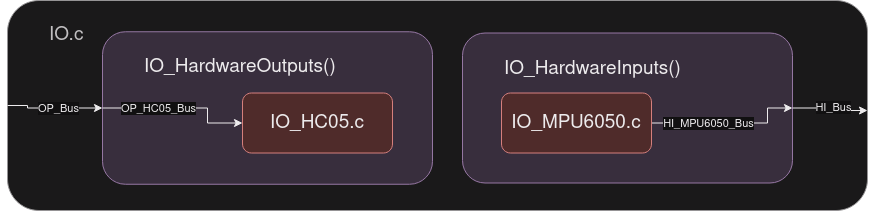
Above: Resources/BlockDiagrams/STM32_Reaction_Wheel_Architecture-IO.drawio.png in austynloehr/stm32_reaction_wheel (draw.io), before the change. Source tidied: cells renumbered, new cells last; positions are measured from the earlier drawing's top-left corner, leaving out a move shared by most shapes.
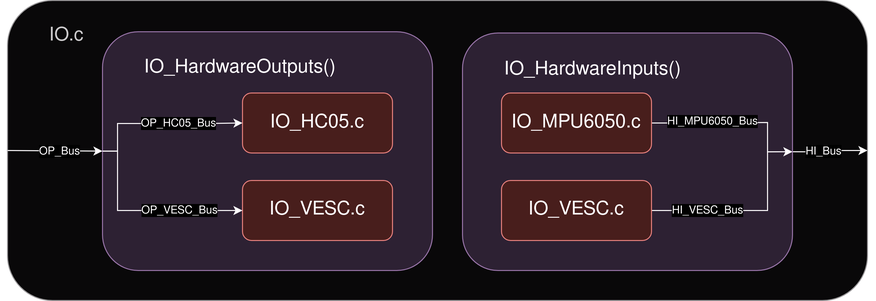
Above is the later version.

The edit, as a diff of the source:
```diff
@@ -3,29 +3,39 @@
     <mxCell id="0" />
     <mxCell id="1" parent="0" />
     <mxCell id="2" value="&lt;blockquote style=&quot;font-size: 18px;&quot;&gt;&lt;font style=&quot;font-size: 19px;&quot;&gt;IO.c&lt;/font&gt;&lt;/blockquote&gt;" style="rounded=1;whiteSpace=wrap;html=1;fillColor=#f5f5f5;strokeColor=#666666;align=left;labelPosition=center;verticalLabelPosition=middle;verticalAlign=top;fontColor=#333333;" parent="1" vertex="1">
-      <mxGeometry width="860" height="210" as="geometry" />
+      <mxGeometry width="860" height="300" as="geometry" />
     </mxCell>
+    <mxCell id="15" style="edgeStyle=orthogonalEdgeStyle;rounded=0;jettySize=auto;html=1;exitX=1;exitY=0.5;exitDx=0;exitDy=0;entryX=1;entryY=0.5;entryDx=0;entryDy=0;" parent="1" edge="1" source="3" target="2">
+      <mxGeometry relative="1" as="geometry">
+        <Array as="points">
+          <mxPoint x="805" y="151" />
+          <mxPoint x="805" y="150" />
+        </Array>
+      </mxGeometry>
+    </mxCell>
+    <mxCell id="14" value="HI_Bus" style="edgeLabel;html=1;align=center;verticalAlign=middle;" parent="15" vertex="1">
+      <mxGeometry x="-0.16" y="-1" relative="1" as="geometry" />
+    </mxCell>
     <mxCell id="3" value="&lt;blockquote&gt;IO_HardwareInputs()&lt;/blockquote&gt;" style="rounded=1;whiteSpace=wrap;html=1;fillColor=#e1d5e7;strokeColor=#9673a6;fontSize=19;align=left;verticalAlign=top;" parent="1" vertex="1">
-      <mxGeometry x="455" y="32.5" width="330" height="150" as="geometry" />
+      <mxGeometry x="455" y="32.5" width="330" height="237.5" as="geometry" />
     </mxCell>
     <mxCell id="4" style="edgeStyle=orthogonalEdgeStyle;rounded=0;jettySize=auto;html=1;exitX=1;exitY=0.5;exitDx=0;exitDy=0;entryX=1;entryY=0.5;entryDx=0;entryDy=0;" parent="1" edge="1" source="6" target="3">
       <mxGeometry relative="1" as="geometry">
         <Array as="points">
-          <mxPoint x="760" y="123" />
-          <mxPoint x="760" y="108" />
+          <mxPoint x="664" y="122" />
+          <mxPoint x="760" y="122" />
+          <mxPoint x="760" y="151" />
         </Array>
       </mxGeometry>
     </mxCell>
     <mxCell id="5" value="HI_MPU6050_Bus" style="edgeLabel;html=1;align=center;verticalAlign=middle;" parent="4" vertex="1">
-      <mxGeometry x="-0.02" relative="1" as="geometry">
-        <mxPoint x="-21" as="offset" />
-      </mxGeometry>
+      <mxGeometry x="-0.28" y="2" relative="1" as="geometry" />
     </mxCell>
     <mxCell id="6" value="IO_MPU6050.c" style="rounded=1;whiteSpace=wrap;html=1;fillColor=#f8cecc;strokeColor=#b85450;fontSize=19;" parent="1" vertex="1">
       <mxGeometry x="494" y="92.5" width="150" height="60" as="geometry" />
     </mxCell>
     <mxCell id="7" value="&lt;blockquote&gt;IO_HardwareOutputs()&lt;/blockquote&gt;" style="rounded=1;whiteSpace=wrap;html=1;fillColor=#e1d5e7;strokeColor=#9673a6;fontSize=19;align=left;verticalAlign=top;" parent="1" vertex="1">
-      <mxGeometry x="95" y="31.2" width="330" height="152.5" as="geometry" />
+      <mxGeometry x="95" y="31.2" width="330" height="238.8" as="geometry" />
     </mxCell>
     <mxCell id="8" value="IO_HC05.c" style="rounded=1;whiteSpace=wrap;html=1;fillColor=#f8cecc;strokeColor=#b85450;fontSize=19;" parent="1" vertex="1">
       <mxGeometry x="235" y="92.5" width="150" height="60" as="geometry" />
@@ -33,8 +43,7 @@
     <mxCell id="9" style="edgeStyle=orthogonalEdgeStyle;rounded=0;jettySize=auto;html=1;exitX=0;exitY=0.5;exitDx=0;exitDy=0;entryX=0;entryY=0.5;entryDx=0;entryDy=0;" parent="1" edge="1" source="2" target="7">
       <mxGeometry relative="1" as="geometry">
         <Array as="points">
-          <mxPoint x="20" y="105" />
-          <mxPoint x="20" y="108" />
+          <mxPoint x="95" y="150" />
         </Array>
       </mxGeometry>
     </mxCell>
@@ -46,29 +55,46 @@
     <mxCell id="11" style="edgeStyle=orthogonalEdgeStyle;rounded=0;jettySize=auto;html=1;exitX=0;exitY=0.5;exitDx=0;exitDy=0;entryX=0;entryY=0.5;entryDx=0;entryDy=0;" parent="1" edge="1" source="7" target="8">
       <mxGeometry relative="1" as="geometry">
         <Array as="points">
-          <mxPoint x="200" y="108" />
+          <mxPoint x="110" y="151" />
+          <mxPoint x="110" y="123" />
           <mxPoint x="200" y="123" />
         </Array>
       </mxGeometry>
     </mxCell>
     <mxCell id="12" value="OP_HC05_Bus" style="edgeLabel;html=1;align=center;verticalAlign=middle;" parent="11" vertex="1">
       <mxGeometry x="-0.08" relative="1" as="geometry">
-        <mxPoint x="-16" as="offset" />
+        <mxPoint x="26" as="offset" />
       </mxGeometry>
     </mxCell>
-    <mxCell id="13" style="edgeStyle=orthogonalEdgeStyle;rounded=0;jettySize=auto;html=1;exitX=1;exitY=0.5;exitDx=0;exitDy=0;" parent="1" edge="1" source="3">
-      <mxGeometry relative="1" as="geometry">
-        <mxPoint x="860" y="110" as="targetPoint" />
-        <Array as="points">
-          <mxPoint x="827" y="108" />
-          <mxPoint x="827" y="110" />
-        </Array>
-      </mxGeometry>
-    </mxCell>
-    <mxCell id="14" value="HI_Bus" style="edgeLabel;html=1;align=center;verticalAlign=middle;" parent="13" vertex="1">
-      <mxGeometry x="0.11" y="1" relative="1" as="geometry">
-        <mxPoint x="-3" y="-2" as="offset" />
-      </mxGeometry>
-    </mxCell>
+    <mxCell id="16" value="IO_VESC.c" style="rounded=1;whiteSpace=wrap;html=1;fillColor=#f8cecc;strokeColor=#b85450;fontSize=19;" parent="1" vertex="1">
+      <mxGeometry x="235" y="180" width="150" height="60" as="geometry" />
+    </mxCell>
+    <mxCell id="17" style="edgeStyle=orthogonalEdgeStyle;rounded=0;jettySize=auto;html=1;exitX=1;exitY=0.5;exitDx=0;exitDy=0;entryX=1;entryY=0.5;entryDx=0;entryDy=0;" parent="1" edge="1" source="19" target="3">
+      <mxGeometry relative="1" as="geometry">
+        <Array as="points">
+          <mxPoint x="760" y="210" />
+          <mxPoint x="760" y="151" />
+        </Array>
+      </mxGeometry>
+    </mxCell>
+    <mxCell id="18" value="HI_VESC_Bus" style="edgeLabel;html=1;align=center;verticalAlign=middle;" parent="17" vertex="1">
+      <mxGeometry x="-0.22" y="-2" relative="1" as="geometry">
+        <mxPoint x="-22" y="-2" as="offset" />
+      </mxGeometry>
+    </mxCell>
+    <mxCell id="19" value="IO_VESC.c" style="rounded=1;whiteSpace=wrap;html=1;fillColor=#f8cecc;strokeColor=#b85450;fontSize=19;" parent="1" vertex="1">
+      <mxGeometry x="494" y="180" width="150" height="60" as="geometry" />
+    </mxCell>
+    <mxCell id="20" style="edgeStyle=orthogonalEdgeStyle;rounded=0;jettySize=auto;html=1;exitX=0;exitY=0.5;exitDx=0;exitDy=0;entryX=0;entryY=0.5;entryDx=0;entryDy=0;" parent="1" edge="1" source="7" target="16">
+      <mxGeometry relative="1" as="geometry">
+        <Array as="points">
+          <mxPoint x="110" y="151" />
+          <mxPoint x="110" y="210" />
+        </Array>
+      </mxGeometry>
+    </mxCell>
+    <mxCell id="21" value="OP_VESC_Bus" style="edgeLabel;html=1;align=center;verticalAlign=middle;" parent="20" vertex="1">
+      <mxGeometry x="0.36" relative="1" as="geometry" />
+    </mxCell>
   </root>
 </mxGraphModel>
```
